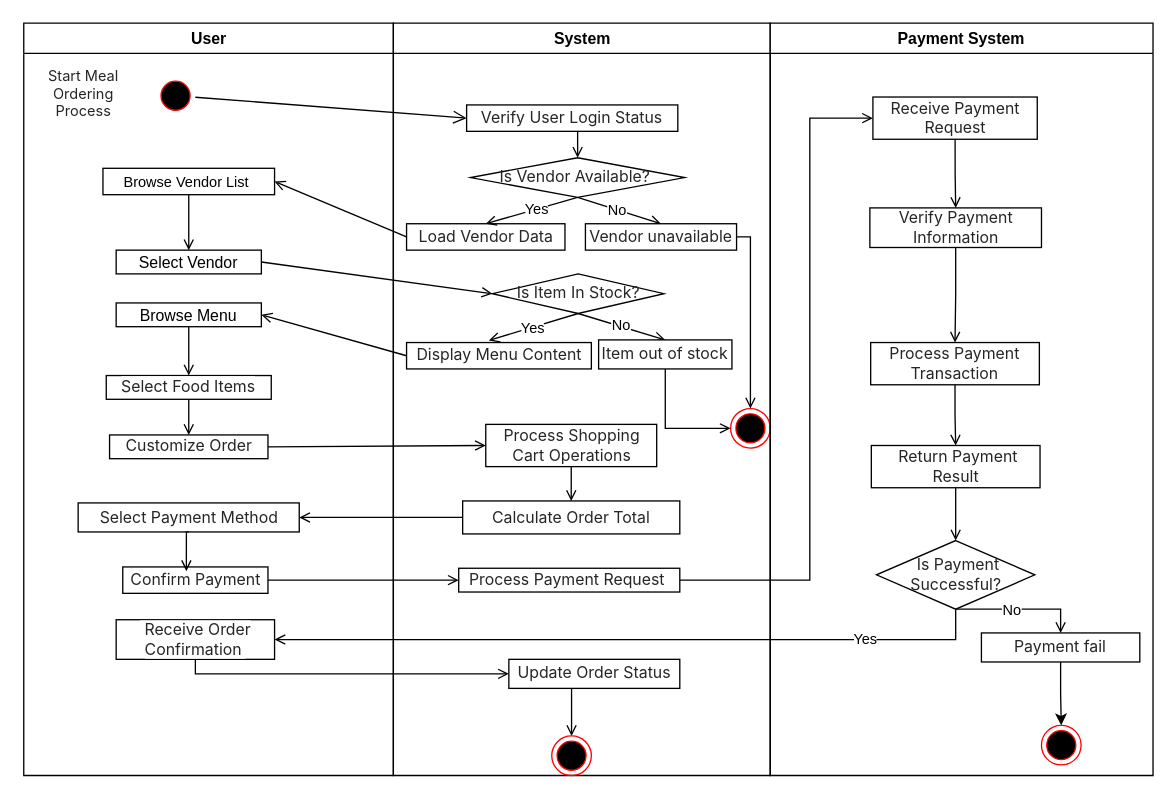
qianlinnian/se_sad_project keeps this draw.io diagram as Assignment1/models/ad_meal_ordering.drawio. Above is the earlier version. Source tidied: cells renumbered, new cells numbered last; positions are measured from the earlier drawing's top-left corner, leaving out a move shared by most shapes. Both pictures are drawn from the tidied source at 132%, with x=0, y=0 at pixel (22, 22).
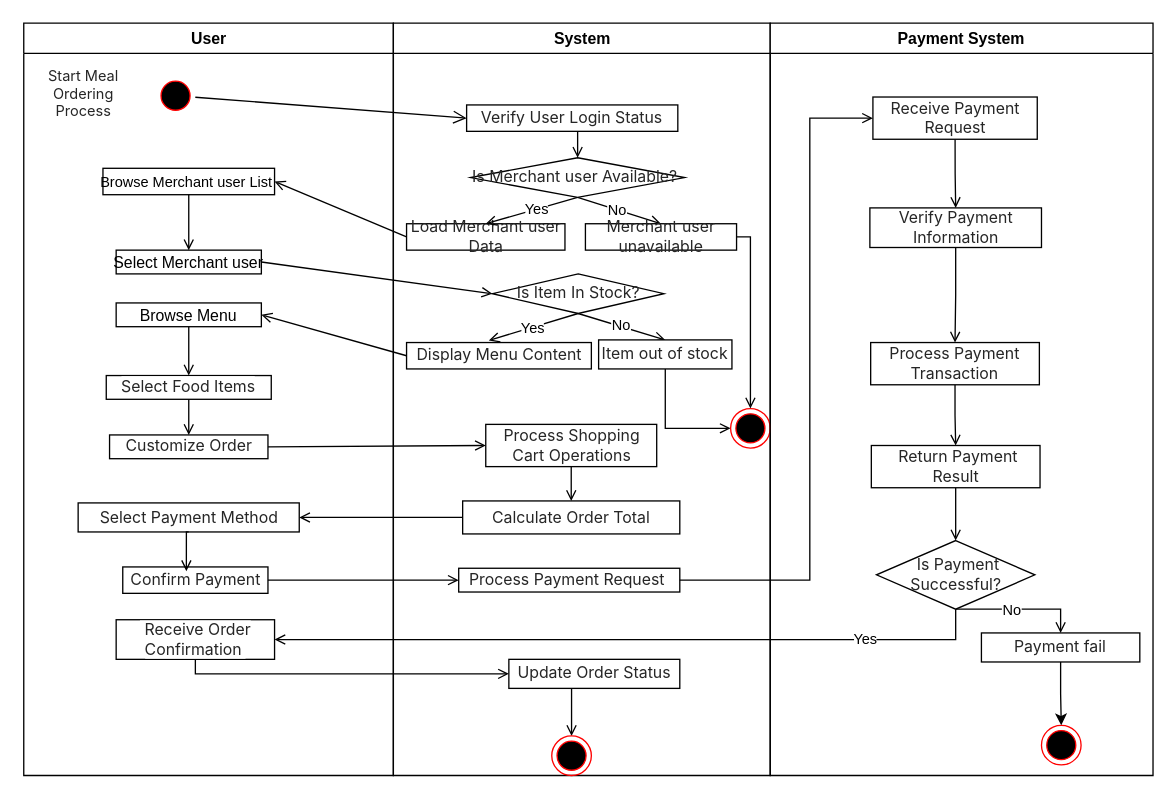
Above is the later version.

The change refers to these unchanged cells:
```xml
<mxCell id="2" value="User" style="swimlane;whiteSpace=wrap;" parent="1" vertex="1">
  <mxGeometry x="0.5" width="280" height="570" as="geometry" />
</mxCell>
<mxCell id="17" value="System" style="swimlane;whiteSpace=wrap;" parent="1" vertex="1">
  <mxGeometry x="280.5" width="285.5" height="570" as="geometry" />
</mxCell>
```

The edit, as a diff of the source:
```diff
@@
-    <mxCell id="4" value="Browse Vendor List " style="fontSize=11;" parent="2" vertex="1">
+    <mxCell id="4" value="Browse Merchant user List " style="fontSize=11;" parent="2" vertex="1">
       <mxGeometry x="60" y="110" width="130" height="20" as="geometry" />
     </mxCell>
-    <mxCell id="5" value="Select Vendor" parent="2" vertex="1">
+    <mxCell id="5" value="Select Merchant user" parent="2" vertex="1">
       <mxGeometry x="70" y="172" width="110" height="18" as="geometry" />
     </mxCell>
@@
-    <mxCell id="18" value="&lt;span style=&quot;box-sizing: border-box; --tw-border-spacing-x: 0; --tw-border-spacing-y: 0; --tw-translate-x: 0; --tw-translate-y: 0; --tw-rotate: 0; --tw-skew-x: 0; --tw-skew-y: 0; --tw-scale-x: 1; --tw-scale-y: 1; --tw-scroll-snap-strictness: proximity; --tw-ring-offset-width: 0px; --tw-ring-offset-color: #fff; --tw-ring-color: rgba(59,130,246,.5); --tw-ring-offset-shadow: 0 0 transparent; --tw-ring-shadow: 0 0 transparent; --tw-shadow: 0 0 transparent; --tw-shadow-colored: 0 0 transparent; color: rgb(38, 38, 38); font-family: -apple-system, &amp;quot;system-ui&amp;quot;, &amp;quot;Helvetica Neue&amp;quot;, Tahoma, &amp;quot;PingFang SC&amp;quot;, &amp;quot;Microsoft Yahei&amp;quot;, Arial, &amp;quot;Hiragino Sans GB&amp;quot;, sans-serif, &amp;quot;Apple Color Emoji&amp;quot;, &amp;quot;Segoe UI Emoji&amp;quot;, &amp;quot;Segoe UI Symbol&amp;quot;, &amp;quot;Noto Color Emoji&amp;quot;; text-align: left;&quot;&gt;Load Vendor Data&lt;/span&gt;" style="whiteSpace=wrap;html=1;fontSize=12;fontStyle=0;labelBackgroundColor=none;" parent="17" vertex="1">
+    <mxCell id="18" value="&lt;span style=&quot;box-sizing: border-box; --tw-border-spacing-x: 0; --tw-border-spacing-y: 0; --tw-translate-x: 0; --tw-translate-y: 0; --tw-rotate: 0; --tw-skew-x: 0; --tw-skew-y: 0; --tw-scale-x: 1; --tw-scale-y: 1; --tw-scroll-snap-strictness: proximity; --tw-ring-offset-width: 0px; --tw-ring-offset-color: #fff; --tw-ring-color: rgba(59,130,246,.5); --tw-ring-offset-shadow: 0 0 transparent; --tw-ring-shadow: 0 0 transparent; --tw-shadow: 0 0 transparent; --tw-shadow-colored: 0 0 transparent; color: rgb(38, 38, 38); font-family: -apple-system, &amp;quot;system-ui&amp;quot;, &amp;quot;Helvetica Neue&amp;quot;, Tahoma, &amp;quot;PingFang SC&amp;quot;, &amp;quot;Microsoft Yahei&amp;quot;, Arial, &amp;quot;Hiragino Sans GB&amp;quot;, sans-serif, &amp;quot;Apple Color Emoji&amp;quot;, &amp;quot;Segoe UI Emoji&amp;quot;, &amp;quot;Segoe UI Symbol&amp;quot;, &amp;quot;Noto Color Emoji&amp;quot;; text-align: left;&quot;&gt;Load Merchant user Data&lt;/span&gt;" style="whiteSpace=wrap;html=1;fontSize=12;fontStyle=0;labelBackgroundColor=none;" parent="17" vertex="1">
       <mxGeometry x="10" y="152" width="120" height="20" as="geometry" />
     </mxCell>
@@
-    <mxCell id="30" value="&lt;span style=&quot;box-sizing: border-box; --tw-border-spacing-x: 0; --tw-border-spacing-y: 0; --tw-translate-x: 0; --tw-translate-y: 0; --tw-rotate: 0; --tw-skew-x: 0; --tw-skew-y: 0; --tw-scale-x: 1; --tw-scale-y: 1; --tw-scroll-snap-strictness: proximity; --tw-ring-offset-width: 0px; --tw-ring-offset-color: #fff; --tw-ring-color: rgba(59,130,246,.5); --tw-ring-offset-shadow: 0 0 transparent; --tw-ring-shadow: 0 0 transparent; --tw-shadow: 0 0 transparent; --tw-shadow-colored: 0 0 transparent; color: rgb(38, 38, 38); font-family: -apple-system, &amp;quot;system-ui&amp;quot;, &amp;quot;Helvetica Neue&amp;quot;, Tahoma, &amp;quot;PingFang SC&amp;quot;, &amp;quot;Microsoft Yahei&amp;quot;, Arial, &amp;quot;Hiragino Sans GB&amp;quot;, sans-serif, &amp;quot;Apple Color Emoji&amp;quot;, &amp;quot;Segoe UI Emoji&amp;quot;, &amp;quot;Segoe UI Symbol&amp;quot;, &amp;quot;Noto Color Emoji&amp;quot;; text-align: left;&quot;&gt;Is Vendor Available?&lt;/span&gt;&lt;span style=&quot;color: rgb(38, 38, 38); font-family: -apple-system, &amp;quot;system-ui&amp;quot;, &amp;quot;Helvetica Neue&amp;quot;, Tahoma, &amp;quot;PingFang SC&amp;quot;, &amp;quot;Microsoft Yahei&amp;quot;, Arial, &amp;quot;Hiragino Sans GB&amp;quot;, sans-serif, &amp;quot;Apple Color Emoji&amp;quot;, &amp;quot;Segoe UI Emoji&amp;quot;, &amp;quot;Segoe UI Symbol&amp;quot;, &amp;quot;Noto Color Emoji&amp;quot;; text-align: left;&quot;&gt;&amp;nbsp;&lt;/span&gt;" style="rhombus;whiteSpace=wrap;html=1;fontSize=12;fontStyle=0;labelBackgroundColor=none;" parent="17" vertex="1">
+    <mxCell id="30" value="&lt;span style=&quot;box-sizing: border-box; --tw-border-spacing-x: 0; --tw-border-spacing-y: 0; --tw-translate-x: 0; --tw-translate-y: 0; --tw-rotate: 0; --tw-skew-x: 0; --tw-skew-y: 0; --tw-scale-x: 1; --tw-scale-y: 1; --tw-scroll-snap-strictness: proximity; --tw-ring-offset-width: 0px; --tw-ring-offset-color: #fff; --tw-ring-color: rgba(59,130,246,.5); --tw-ring-offset-shadow: 0 0 transparent; --tw-ring-shadow: 0 0 transparent; --tw-shadow: 0 0 transparent; --tw-shadow-colored: 0 0 transparent; color: rgb(38, 38, 38); font-family: -apple-system, &amp;quot;system-ui&amp;quot;, &amp;quot;Helvetica Neue&amp;quot;, Tahoma, &amp;quot;PingFang SC&amp;quot;, &amp;quot;Microsoft Yahei&amp;quot;, Arial, &amp;quot;Hiragino Sans GB&amp;quot;, sans-serif, &amp;quot;Apple Color Emoji&amp;quot;, &amp;quot;Segoe UI Emoji&amp;quot;, &amp;quot;Segoe UI Symbol&amp;quot;, &amp;quot;Noto Color Emoji&amp;quot;; text-align: left;&quot;&gt;Is Merchant user Available?&lt;/span&gt;&lt;span style=&quot;color: rgb(38, 38, 38); font-family: -apple-system, &amp;quot;system-ui&amp;quot;, &amp;quot;Helvetica Neue&amp;quot;, Tahoma, &amp;quot;PingFang SC&amp;quot;, &amp;quot;Microsoft Yahei&amp;quot;, Arial, &amp;quot;Hiragino Sans GB&amp;quot;, sans-serif, &amp;quot;Apple Color Emoji&amp;quot;, &amp;quot;Segoe UI Emoji&amp;quot;, &amp;quot;Segoe UI Symbol&amp;quot;, &amp;quot;Noto Color Emoji&amp;quot;; text-align: left;&quot;&gt;&amp;nbsp;&lt;/span&gt;" style="rhombus;whiteSpace=wrap;html=1;fontSize=12;fontStyle=0;labelBackgroundColor=none;" parent="17" vertex="1">
       <mxGeometry x="58.5" y="102" width="162.2" height="30" as="geometry" />
     </mxCell>
@@
-    <mxCell id="32" value="&lt;span style=&quot;color: rgb(38, 38, 38); font-family: -apple-system, &amp;quot;system-ui&amp;quot;, &amp;quot;Helvetica Neue&amp;quot;, Tahoma, &amp;quot;PingFang SC&amp;quot;, &amp;quot;Microsoft Yahei&amp;quot;, Arial, &amp;quot;Hiragino Sans GB&amp;quot;, sans-serif, &amp;quot;Apple Color Emoji&amp;quot;, &amp;quot;Segoe UI Emoji&amp;quot;, &amp;quot;Segoe UI Symbol&amp;quot;, &amp;quot;Noto Color Emoji&amp;quot;; text-align: left;&quot;&gt;Vendor unavailable&lt;/span&gt;" style="whiteSpace=wrap;html=1;fontSize=12;fontStyle=0;labelBackgroundColor=none;" parent="17" vertex="1">
+    <mxCell id="32" value="&lt;span style=&quot;color: rgb(38, 38, 38); font-family: -apple-system, &amp;quot;system-ui&amp;quot;, &amp;quot;Helvetica Neue&amp;quot;, Tahoma, &amp;quot;PingFang SC&amp;quot;, &amp;quot;Microsoft Yahei&amp;quot;, Arial, &amp;quot;Hiragino Sans GB&amp;quot;, sans-serif, &amp;quot;Apple Color Emoji&amp;quot;, &amp;quot;Segoe UI Emoji&amp;quot;, &amp;quot;Segoe UI Symbol&amp;quot;, &amp;quot;Noto Color Emoji&amp;quot;; text-align: left;&quot;&gt;Merchant user unavailable&lt;/span&gt;" style="whiteSpace=wrap;html=1;fontSize=12;fontStyle=0;labelBackgroundColor=none;" parent="17" vertex="1">
       <mxGeometry x="145.5" y="152" width="114.5" height="20" as="geometry" />
     </mxCell>
```
